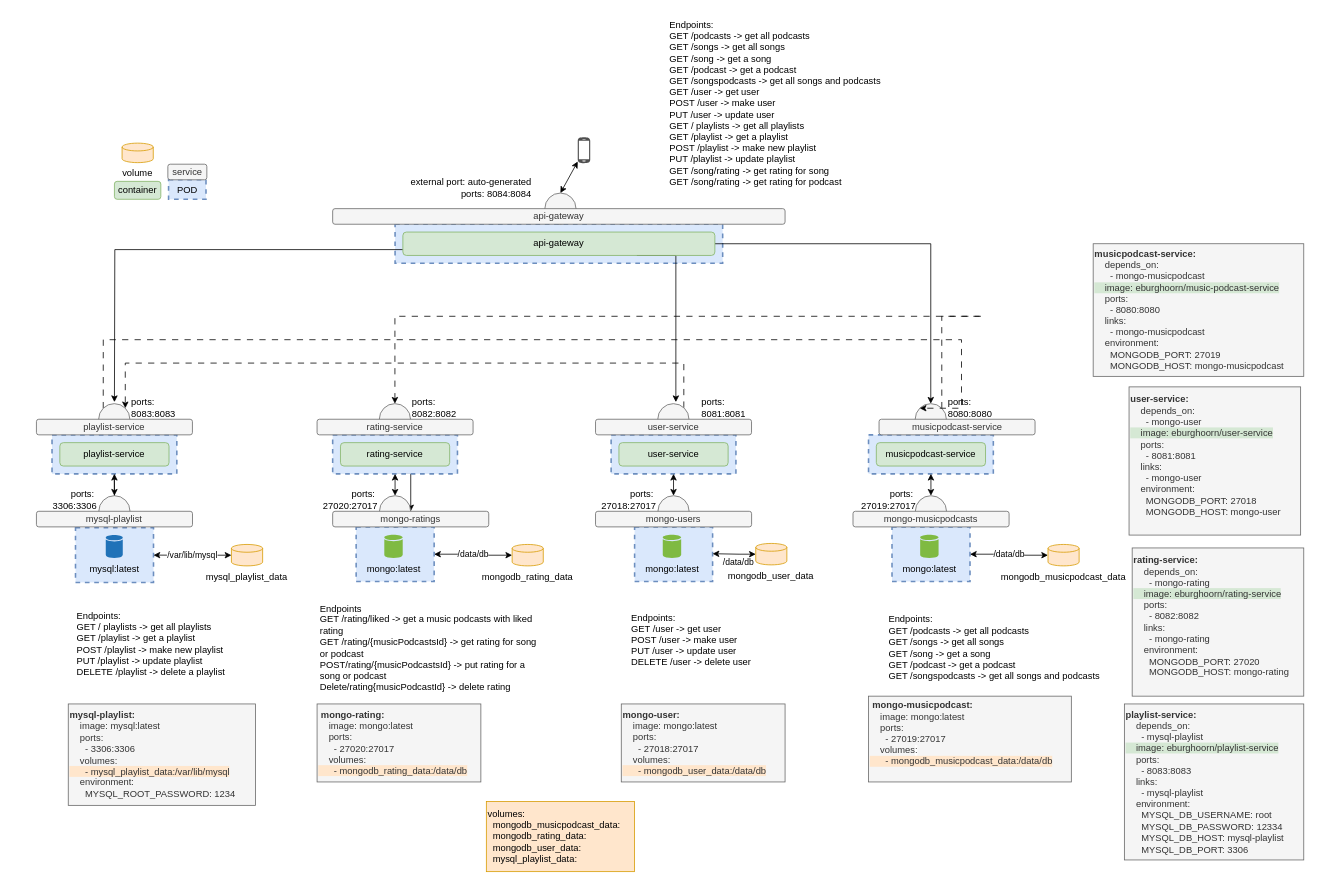
Before: muziekservice.drawio in EvaBurghoorn/ProjectEDE_muziekservice, a draw.io diagram. Source tidied: cells renumbered, new cells numbered last; positions are measured from the earlier drawing's top-left corner, leaving out a move shared by most shapes. Both pictures are drawn from the tidied source at 78%, with x=0, y=0 at pixel (13, 13).
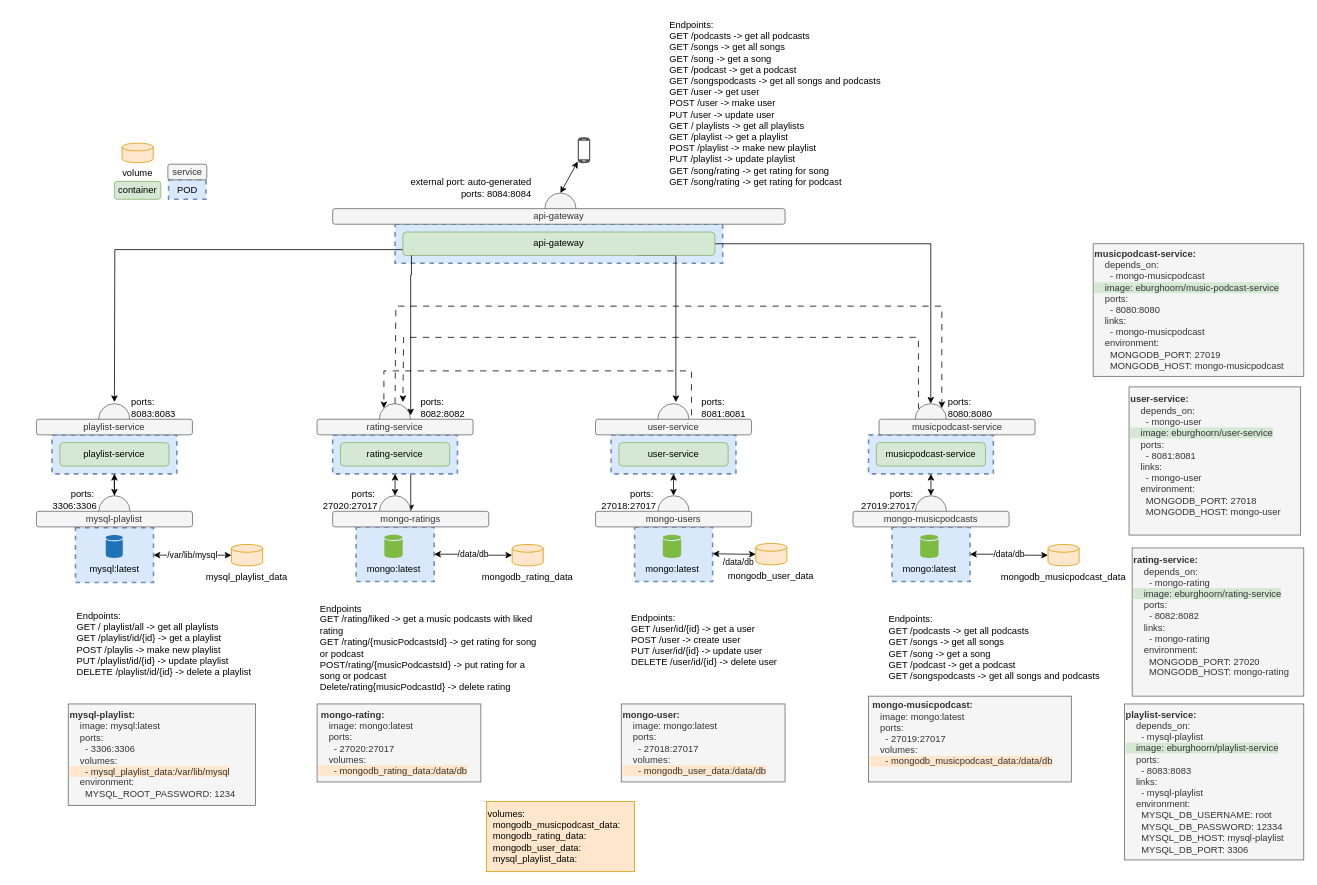
Above is the later version.

The change refers to these unchanged cells:
```xml
<mxCell id="4" style="ellipse;whiteSpace=wrap;html=1;strokeWidth=1;fillColor=#f5f5f5;strokeColor=#666666;fontColor=#333333;" parent="1" vertex="1">
  <mxGeometry x="1155.8" y="500" width="40" height="40" as="geometry" />
</mxCell>
<mxCell id="17" style="ellipse;whiteSpace=wrap;html=1;strokeWidth=1;fillColor=#f5f5f5;strokeColor=#666666;fontColor=#333333;" parent="1" vertex="1">
  <mxGeometry x="825.8" y="500" width="40" height="40" as="geometry" />
</mxCell>
<mxCell id="29" style="ellipse;whiteSpace=wrap;html=1;strokeWidth=1;fillColor=#f5f5f5;strokeColor=#666666;fontColor=#333333;" parent="1" vertex="1">
  <mxGeometry x="468.8" y="500" width="40" height="40" as="geometry" />
</mxCell>
<mxCell id="43" style="ellipse;whiteSpace=wrap;html=1;strokeWidth=1;fillColor=#f5f5f5;strokeColor=#666666;fontColor=#333333;" parent="1" vertex="1">
  <mxGeometry x="109" y="500" width="40" height="40" as="geometry" />
</mxCell>
<mxCell id="67" value="api-gateway" style="rounded=1;whiteSpace=wrap;html=1;fillColor=#d5e8d4;strokeColor=#82b366;" parent="1" vertex="1">
  <mxGeometry x="499" y="280" width="400" height="30" as="geometry" />
</mxCell>
```

Change to the diagram source:
```diff
@@
-    <mxCell id="3" style="edgeStyle=orthogonalEdgeStyle;rounded=0;jettySize=auto;html=1;exitX=1;exitY=0;exitDx=0;exitDy=0;entryX=0.5;entryY=0;entryDx=0;entryDy=0;dashed=1;dashPattern=8 8;" parent="1" edge="1" source="4" target="29">
+    <mxCell id="3" style="edgeStyle=orthogonalEdgeStyle;rounded=0;orthogonalLoop=1;jettySize=auto;html=1;exitX=1;exitY=0;exitDx=0;exitDy=0;entryX=0.5;entryY=0;entryDx=0;entryDy=0;dashed=1;dashPattern=8 8;strokeColor=none;" parent="1" edge="1">
       <mxGeometry relative="1" as="geometry">
+        <mxPoint x="930.5" y="490" as="sourcePoint" />
+        <mxPoint x="229.4" y="484.1" as="targetPoint" />
         <Array as="points">
-          <mxPoint x="1243.2" y="388" />
-          <mxPoint x="519.2" y="388" />
+          <mxPoint x="300" y="490" />
+          <mxPoint x="300" y="359" />
+          <mxPoint x="229" y="359" />
         </Array>
       </mxGeometry>
     </mxCell>
@@
-    <mxCell id="16" style="edgeStyle=orthogonalEdgeStyle;rounded=0;jettySize=auto;html=1;entryX=1;entryY=0;entryDx=0;entryDy=0;dashed=1;dashPattern=8 8;" parent="1" edge="1" source="17" target="43">
-      <mxGeometry relative="1" as="geometry">
-        <Array as="points">
-          <mxPoint x="859.2" y="448" />
-          <mxPoint x="143.2" y="448" />
-        </Array>
-      </mxGeometry>
-    </mxCell>
@@
     <mxCell id="35" value="&lt;div&gt;ports:&lt;/div&gt;&lt;div&gt;8082:&lt;span style=&quot;background-color: initial;&quot;&gt;8082&lt;/span&gt;&lt;/div&gt;" style="text;html=1;strokeColor=none;fillColor=none;align=left;verticalAlign=middle;whiteSpace=wrap;rounded=0;" parent="1" vertex="1">
-      <mxGeometry x="508.8" y="490" width="109" height="30" as="geometry" />
+      <mxGeometry x="520" y="490" width="109" height="30" as="geometry" />
     </mxCell>
@@
-    <mxCell id="42" style="edgeStyle=orthogonalEdgeStyle;rounded=0;jettySize=auto;html=1;exitX=0;exitY=0;exitDx=0;exitDy=0;entryX=0;entryY=0;entryDx=0;entryDy=0;dashed=1;dashPattern=8 8;" parent="1" edge="1" source="43" target="4">
-      <mxGeometry relative="1" as="geometry">
-        <Array as="points">
-          <mxPoint x="115.2" y="418" />
-          <mxPoint x="1215.2" y="418" />
-        </Array>
-      </mxGeometry>
-    </mxCell>
@@
-    <mxCell id="74" value="Endpoints:&lt;br&gt;GET /user -&amp;gt; get user&lt;br&gt;POST /user -&amp;gt; make user&lt;br&gt;PUT /user -&amp;gt; update user&lt;br&gt;DELETE /user -&amp;gt; delete user" style="text;html=1;strokeColor=none;fillColor=none;align=left;verticalAlign=middle;whiteSpace=wrap;rounded=0;" parent="1" vertex="1">
+    <mxCell id="74" value="Endpoints:&lt;br&gt;GET /user/id/{id} -&amp;gt; get a user&lt;br&gt;POST /user -&amp;gt; create user&lt;br&gt;PUT /user/id/{id} -&amp;gt; update user&lt;br&gt;DELETE /user/id/{id} -&amp;gt; delete user" style="text;html=1;strokeColor=none;fillColor=none;align=left;verticalAlign=middle;whiteSpace=wrap;rounded=0;" parent="1" vertex="1">
       <mxGeometry x="789.5" y="773" width="290" height="60" as="geometry" />
     </mxCell>
@@
-    <mxCell id="76" value="Endpoints:&lt;br&gt;GET / playlists -&amp;gt; get all playlists&lt;br&gt;GET /playlist -&amp;gt; get a playlist&lt;br&gt;POST /playlist -&amp;gt; make new playlist&lt;br&gt;PUT /playlist -&amp;gt; update playlist&lt;br&gt;DELETE /playlist -&amp;gt; delete a playlist" style="text;html=1;strokeColor=none;fillColor=none;align=left;verticalAlign=middle;whiteSpace=wrap;rounded=0;" parent="1" vertex="1">
+    <mxCell id="76" value="Endpoints:&lt;br&gt;GET / playlist/all -&amp;gt; get all playlists&lt;br&gt;GET /playlist/id/{id} -&amp;gt; get a playlist&lt;br&gt;POST /playlis -&amp;gt; make new playlist&lt;br&gt;PUT /playlist/id/{id} -&amp;gt; update playlist&lt;br&gt;DELETE /playlist/id/{id} -&amp;gt; delete a playlist" style="text;html=1;strokeColor=none;fillColor=none;align=left;verticalAlign=middle;whiteSpace=wrap;rounded=0;" parent="1" vertex="1">
       <mxGeometry x="79.3" y="768" width="290" height="80" as="geometry" />
     </mxCell>
@@
+    <mxCell id="87" style="edgeStyle=orthogonalEdgeStyle;rounded=0;jettySize=auto;html=1;dashed=1;dashPattern=8 8;entryX=0;entryY=0;entryDx=0;entryDy=0;" parent="1" edge="1" target="29">
+      <mxGeometry relative="1" as="geometry">
+        <mxPoint x="869" y="515" as="sourcePoint" />
+        <Array as="points">
+          <mxPoint x="869" y="458" />
+          <mxPoint x="475" y="458" />
+        </Array>
+      </mxGeometry>
+    </mxCell>
+    <mxCell id="88" style="edgeStyle=orthogonalEdgeStyle;rounded=0;jettySize=auto;html=1;dashed=1;dashPattern=8 8;exitX=0;exitY=0;exitDx=0;exitDy=0;entryX=0.756;entryY=-0.05;entryDx=0;entryDy=0;entryPerimeter=0;" parent="1" edge="1" source="4" target="29">
+      <mxGeometry relative="1" as="geometry">
+        <Array as="points">
+          <mxPoint x="1160" y="506" />
+          <mxPoint x="1160" y="415" />
+          <mxPoint x="500" y="415" />
+        </Array>
+      </mxGeometry>
+    </mxCell>
+    <mxCell id="89" style="endArrow=classic;html=1;rounded=0;entryX=1;entryY=0;entryDx=0;entryDy=0;dashed=1;dashPattern=8 8;" parent="1" edge="1" target="4">
+      <mxGeometry relative="1" as="geometry">
+        <mxPoint x="489" y="500" as="sourcePoint" />
+        <Array as="points">
+          <mxPoint x="490" y="375" />
+          <mxPoint x="1190" y="375" />
+        </Array>
+      </mxGeometry>
+    </mxCell>
+    <mxCell id="90" style="edgeStyle=orthogonalEdgeStyle;rounded=0;jettySize=auto;html=1;" parent="1" edge="1" source="67">
+      <mxGeometry relative="1" as="geometry">
+        <mxPoint x="509" y="515" as="targetPoint" />
+        <Array as="points">
+          <mxPoint x="510" y="335" />
+          <mxPoint x="509" y="335" />
+        </Array>
+      </mxGeometry>
+    </mxCell>
```
